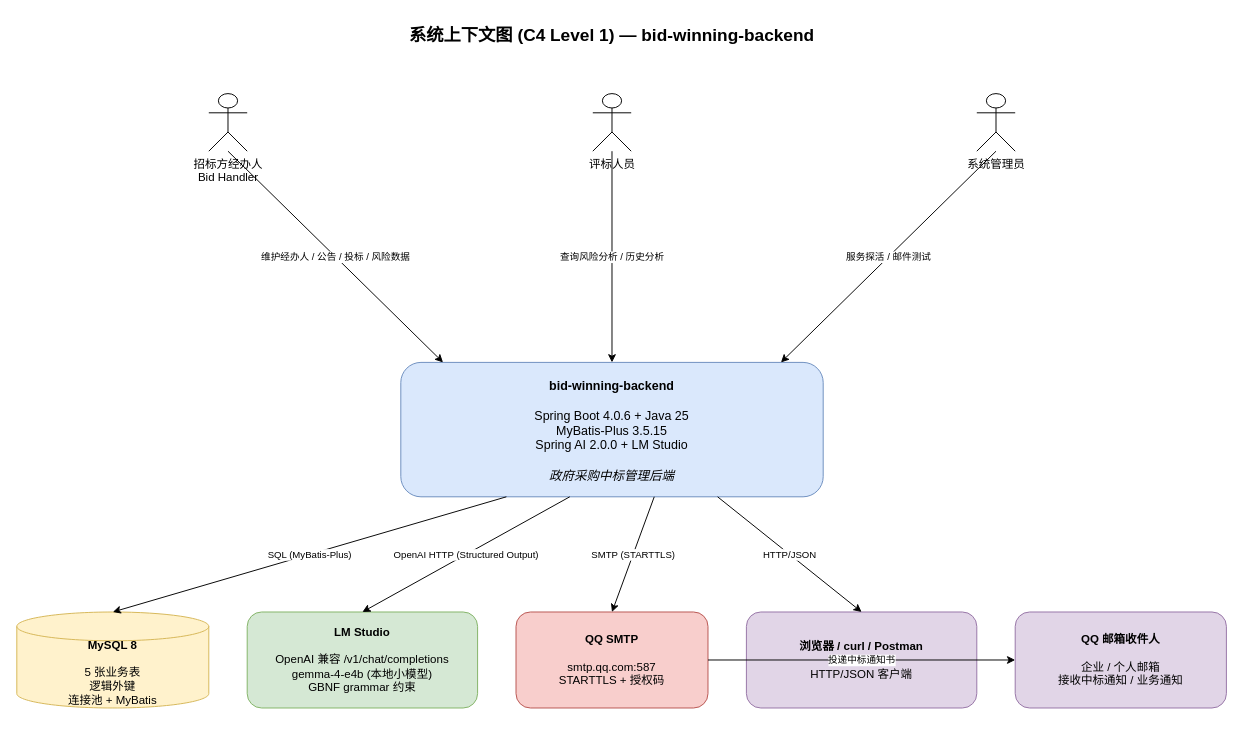
Jianshi-Lu/smart-bid-platform-be keeps this draw.io diagram as page "1-System Context (C4 L1)" (1 of 6) of docs/architecture-diagram.drawio. Above is the earlier version. Source tidied: cells renumbered, new cells numbered last; positions are measured from the earlier drawing's top-left corner, leaving out a move shared by most shapes. Both pictures are drawn from the tidied source at 96%, with x=0, y=0 at pixel (16, 16).
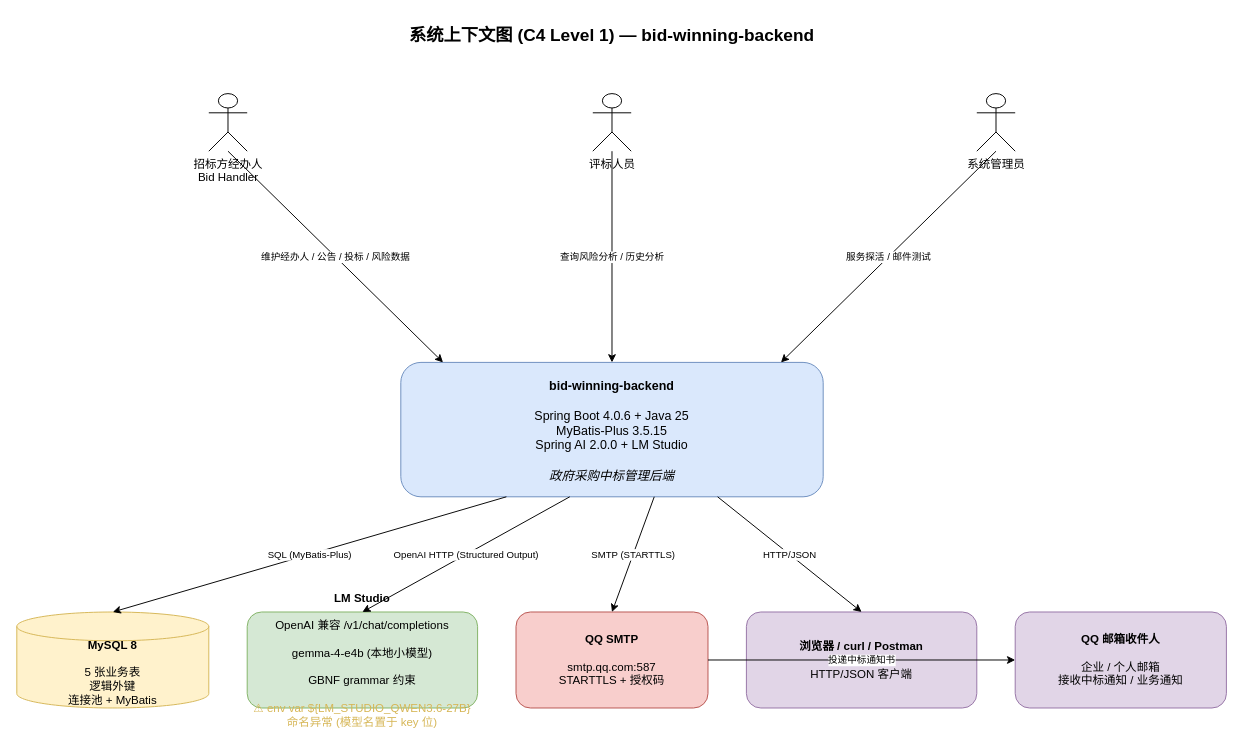
Above is the later version.

What changed in the source:
```diff
@@
 <mxGraphModel>
   <root>
     <mxCell id="0" />
     <mxCell id="1" parent="0" />
     <mxCell id="2" value="系统上下文图 (C4 Level 1) — bid-winning-backend" style="text;html=1;strokeColor=none;fillColor=none;align=center;verticalAlign=middle;whiteSpace=wrap;rounded=0;fontSize=18;fontStyle=1;" parent="1" vertex="1">
       <mxGeometry x="270" width="700" height="40" as="geometry" />
     </mxCell>
     <mxCell id="3" value="招标方经办人&#10;Bid Handler" style="shape=umlActor;verticalLabelPosition=bottom;verticalAlign=top;html=1;outlineConnect=0;labelPosition=center;fontSize=12;" parent="1" vertex="1">
       <mxGeometry x="200" y="80" width="40" height="60" as="geometry" />
     </mxCell>
     <mxCell id="4" value="评标人员" style="shape=umlActor;verticalLabelPosition=bottom;verticalAlign=top;html=1;outlineConnect=0;labelPosition=center;fontSize=12;" parent="1" vertex="1">
       <mxGeometry x="600" y="80" width="40" height="60" as="geometry" />
     </mxCell>
     <mxCell id="5" value="系统管理员" style="shape=umlActor;verticalLabelPosition=bottom;verticalAlign=top;html=1;outlineConnect=0;labelPosition=center;fontSize=12;" parent="1" vertex="1">
       <mxGeometry x="1000" y="80" width="40" height="60" as="geometry" />
     </mxCell>
     <mxCell id="6" value="&lt;b&gt;bid-winning-backend&lt;/b&gt;&lt;br&gt;&lt;br&gt;Spring Boot 4.0.6 + Java 25&lt;br&gt;MyBatis-Plus 3.5.15&lt;br&gt;Spring AI 2.0.0 + LM Studio&lt;br&gt;&lt;br&gt;&lt;i&gt;政府采购中标管理后端&lt;/i&gt;" style="rounded=1;whiteSpace=wrap;html=1;fillColor=#dae8fc;strokeColor=#6c8ebf;fontSize=13;verticalAlign=top;spacingTop=10;" parent="1" vertex="1">
       <mxGeometry x="400" y="360" width="440" height="140" as="geometry" />
     </mxCell>
     <mxCell id="7" value="&lt;b&gt;MySQL 8&lt;/b&gt;&lt;br&gt;&lt;br&gt;5 张业务表&lt;br&gt;逻辑外键&lt;br&gt;连接池 + MyBatis" style="shape=cylinder3;whiteSpace=wrap;html=1;boundedLbl=1;backgroundOutline=1;size=15;fillColor=#fff2cc;strokeColor=#d6b656;fontSize=12;" parent="1" vertex="1">
       <mxGeometry y="620" width="200" height="100" as="geometry" />
     </mxCell>
-    <mxCell id="8" value="&lt;b&gt;LM Studio&lt;/b&gt;&lt;br&gt;&lt;br&gt;OpenAI 兼容 /v1/chat/completions&lt;br&gt;gemma-4-e4b (本地小模型)&lt;br&gt;GBNF grammar 约束" style="rounded=1;whiteSpace=wrap;html=1;fillColor=#d5e8d4;strokeColor=#82b366;fontSize=12;" parent="1" vertex="1">
+    <mxCell id="8" value="&lt;b&gt;LM Studio&lt;/b&gt;&lt;br&gt;&lt;br&gt;OpenAI 兼容 /v1/chat/completions&#10;&lt;br&gt;gemma-4-e4b (本地小模型)&#10;&lt;br&gt;GBNF grammar 约束&#10;&lt;br&gt;&lt;font color=&quot;#d6b656&quot;&gt;⚠ env var ${LM_STUDIO_QWEN3.6-27B} 命名异常 (模型名置于 key 位)&lt;/font&gt;" style="rounded=1;whiteSpace=wrap;html=1;fillColor=#d5e8d4;strokeColor=#82b366;fontSize=12;" parent="1" vertex="1">
       <mxGeometry x="240" y="620" width="240" height="100" as="geometry" />
     </mxCell>
     <mxCell id="9" value="&lt;b&gt;QQ SMTP&lt;/b&gt;&lt;br&gt;&lt;br&gt;smtp.qq.com:587&lt;br&gt;STARTTLS + 授权码" style="rounded=1;whiteSpace=wrap;html=1;fillColor=#f8cecc;strokeColor=#b85450;fontSize=12;" parent="1" vertex="1">
       <mxGeometry x="520" y="620" width="200" height="100" as="geometry" />
     </mxCell>
     <mxCell id="10" value="&lt;b&gt;浏览器 / curl / Postman&lt;/b&gt;&lt;br&gt;&lt;br&gt;HTTP/JSON 客户端" style="rounded=1;whiteSpace=wrap;html=1;fillColor=#e1d5e7;strokeColor=#9673a6;fontSize=12;" parent="1" vertex="1">
       <mxGeometry x="760" y="620" width="240" height="100" as="geometry" />
     </mxCell>
     <mxCell id="11" value="&lt;b&gt;QQ 邮箱收件人&lt;/b&gt;&lt;br&gt;&lt;br&gt;企业 / 个人邮箱&lt;br&gt;接收中标通知 / 业务通知" style="rounded=1;whiteSpace=wrap;html=1;fillColor=#e1d5e7;strokeColor=#9673a6;fontSize=12;" parent="1" vertex="1">
       <mxGeometry x="1040" y="620" width="220" height="100" as="geometry" />
     </mxCell>
     <mxCell id="12" value="维护经办人 / 公告 / 投标 / 风险数据" style="endArrow=classic;html=1;exitX=0.5;exitY=1;exitDx=0;exitDy=0;entryX=0.1;entryY=0;entryDx=0;entryDy=0;fontSize=10;" parent="1" edge="1" source="3" target="6">
       <mxGeometry relative="1" as="geometry" />
     </mxCell>
     <mxCell id="13" value="查询风险分析 / 历史分析" style="endArrow=classic;html=1;exitX=0.5;exitY=1;exitDx=0;exitDy=0;entryX=0.5;entryY=0;entryDx=0;entryDy=0;fontSize=10;" parent="1" edge="1" source="4" target="6">
       <mxGeometry relative="1" as="geometry" />
     </mxCell>
     <mxCell id="14" value="服务探活 / 邮件测试" style="endArrow=classic;html=1;exitX=0.5;exitY=1;exitDx=0;exitDy=0;entryX=0.9;entryY=0;entryDx=0;entryDy=0;fontSize=10;" parent="1" edge="1" source="5" target="6">
       <mxGeometry relative="1" as="geometry" />
     </mxCell>
     <mxCell id="15" value="SQL (MyBatis-Plus)" style="endArrow=classic;html=1;exitX=0.25;exitY=1;exitDx=0;exitDy=0;entryX=0.5;entryY=0;entryDx=0;entryDy=0;fontSize=10;" parent="1" edge="1" source="6" target="7">
       <mxGeometry relative="1" as="geometry" />
     </mxCell>
     <mxCell id="16" value="OpenAI HTTP (Structured Output)" style="endArrow=classic;html=1;exitX=0.4;exitY=1;exitDx=0;exitDy=0;entryX=0.5;entryY=0;entryDx=0;entryDy=0;fontSize=10;" parent="1" edge="1" source="6" target="8">
       <mxGeometry relative="1" as="geometry" />
     </mxCell>
     <mxCell id="17" value="SMTP (STARTTLS)" style="endArrow=classic;html=1;exitX=0.6;exitY=1;exitDx=0;exitDy=0;entryX=0.5;entryY=0;entryDx=0;entryDy=0;fontSize=10;" parent="1" edge="1" source="6" target="9">
       <mxGeometry relative="1" as="geometry" />
     </mxCell>
     <mxCell id="18" value="HTTP/JSON" style="endArrow=classic;html=1;exitX=0.75;exitY=1;exitDx=0;exitDy=0;entryX=0.5;entryY=0;entryDx=0;entryDy=0;fontSize=10;" parent="1" edge="1" source="6" target="10">
       <mxGeometry relative="1" as="geometry" />
     </mxCell>
     <mxCell id="19" value="投递中标通知书" style="endArrow=classic;html=1;exitX=1;exitY=0.5;exitDx=0;exitDy=0;entryX=0;entryY=0.5;entryDx=0;entryDy=0;fontSize=10;" parent="1" edge="1" source="9" target="11">
       <mxGeometry relative="1" as="geometry" />
     </mxCell>
   </root>
 </mxGraphModel>
```
